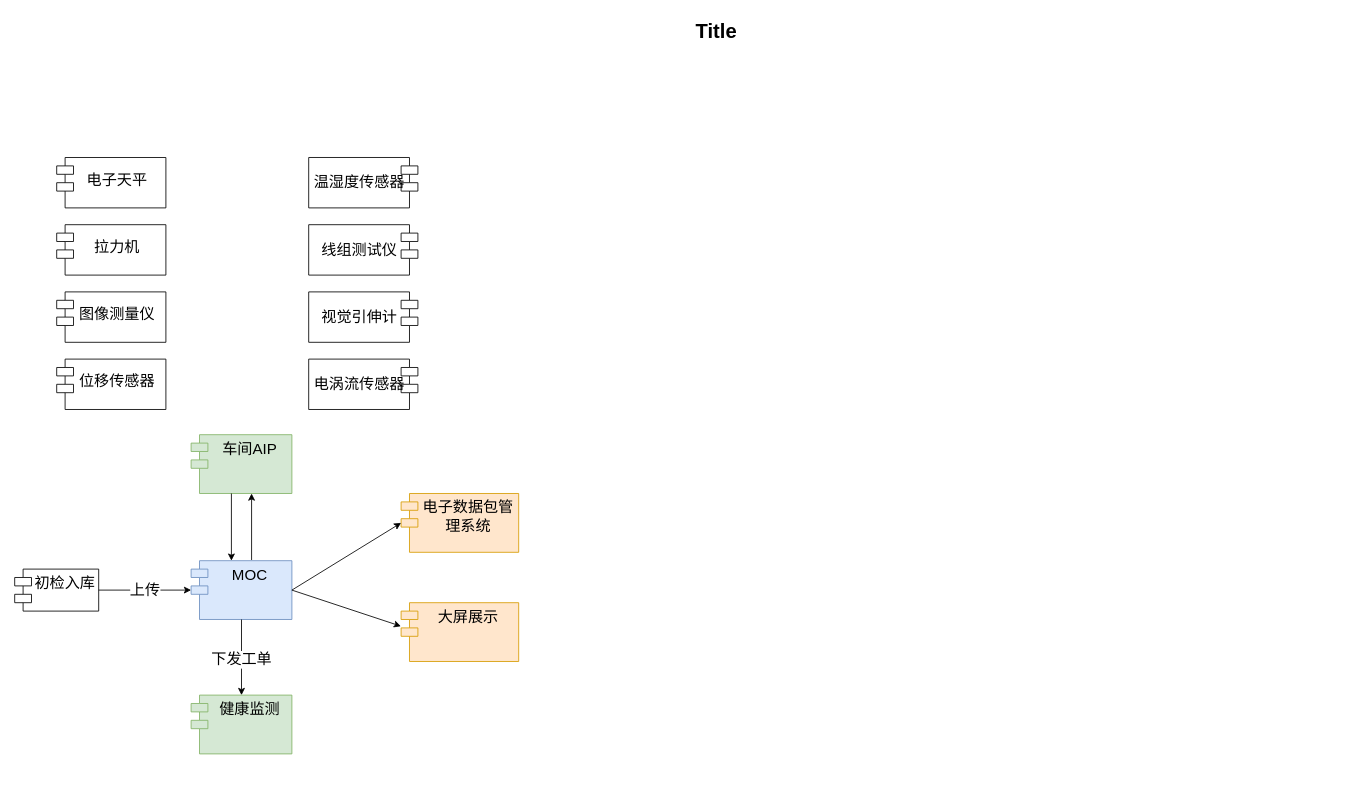
151058580845/qaintai keeps this draw.io diagram as 未命名绘图.drawio. Above is the earlier version. Source tidied: cells renumbered, new cells numbered last; positions are measured from the earlier drawing's top-left corner, leaving out a move shared by most shapes. Both pictures are drawn from the tidied source at 84%, with x=0, y=0 at pixel (14, 14).
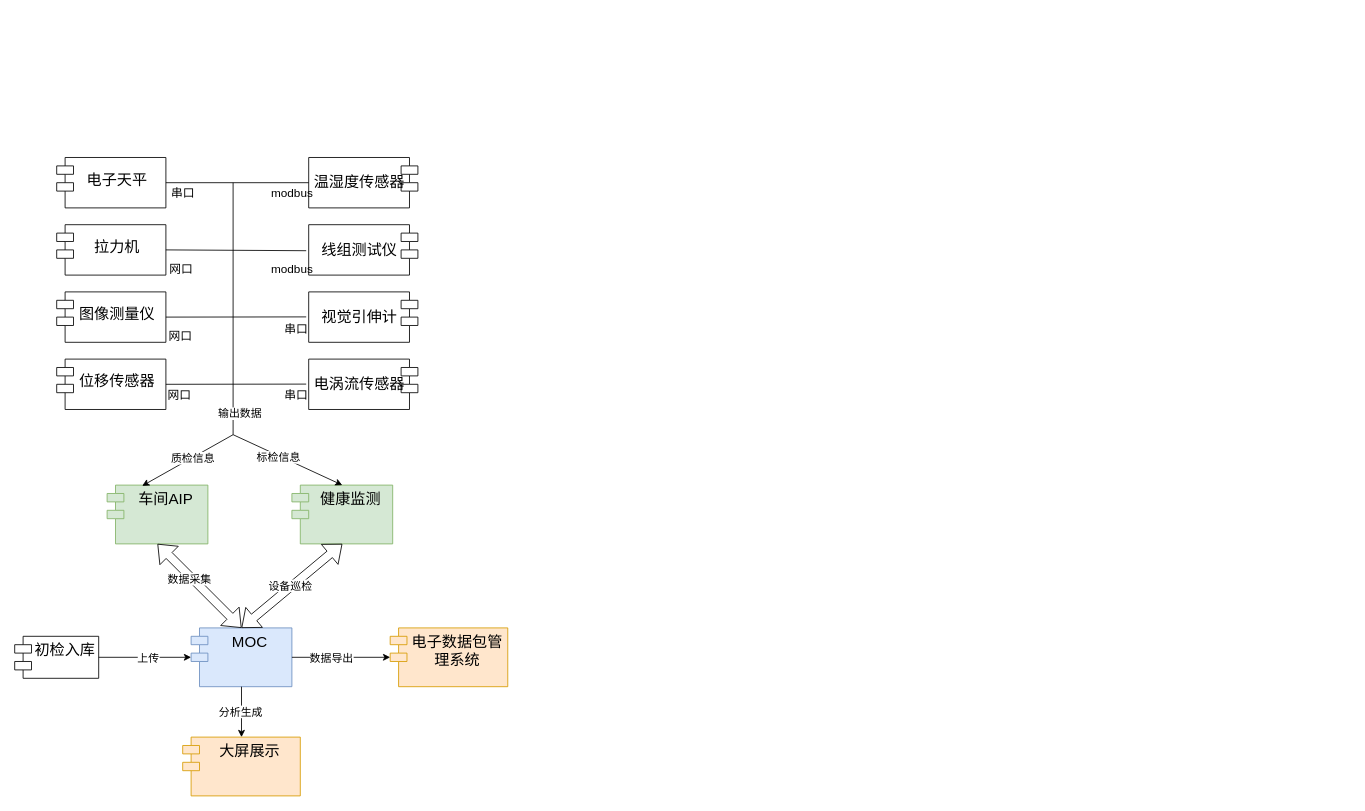
The same diagram, later.

Commit message:
更新未命名绘图.drawio

Unchanged cells that the change refers to:
```xml
<mxCell id="7" style="endArrow=classic;html=1;rounded=0;exitX=1;exitY=0.5;exitDx=0;exitDy=0;entryX=0;entryY=0;entryDx=0;entryDy=35;entryPerimeter=0;fontSize=18;" parent="1" edge="1" source="3" target="6">
  <mxGeometry relative="1" as="geometry" />
</mxCell>
<mxCell id="16" value="电子天平" style="shape=module;align=center;spacingLeft=14;align=center;verticalAlign=top;whiteSpace=wrap;fontSize=18;spacingTop=-1;html=1;horizontal=1;spacing=13;" parent="1" vertex="1">
  <mxGeometry x="50" y="170" width="130" height="60" as="geometry" />
</mxCell>
<mxCell id="17" value="拉力机" style="shape=module;align=center;spacingLeft=14;align=center;verticalAlign=top;whiteSpace=wrap;fontSize=18;spacingTop=-1;html=1;horizontal=1;spacing=13;" parent="1" vertex="1">
  <mxGeometry x="50" y="250" width="130" height="60" as="geometry" />
</mxCell>
<mxCell id="18" value="图像测量仪" style="shape=module;align=center;spacingLeft=14;align=center;verticalAlign=top;whiteSpace=wrap;fontSize=18;spacingTop=-1;html=1;horizontal=1;spacing=13;" parent="1" vertex="1">
  <mxGeometry x="50" y="330" width="130" height="60" as="geometry" />
</mxCell>
<mxCell id="19" value="位移传感器" style="shape=module;align=center;spacingLeft=14;align=center;verticalAlign=top;whiteSpace=wrap;fontSize=18;spacingTop=-1;html=1;horizontal=1;spacing=13;" parent="1" vertex="1">
  <mxGeometry x="50" y="410" width="130" height="60" as="geometry" />
</mxCell>
<mxCell id="20" value="温湿度传感器" style="shape=module;align=left;spacingLeft=-9;align=center;verticalAlign=middle;whiteSpace=wrap;html=1;fontSize=18;direction=east;flipH=1;textDirection=rtl;labelPosition=center;verticalLabelPosition=middle;labelBackgroundColor=none;labelBorderColor=none;" parent="1" vertex="1">
  <mxGeometry x="350" y="170" width="130" height="60" as="geometry" />
</mxCell>
<mxCell id="21" value="线组测试仪" style="shape=module;align=left;spacingLeft=-9;align=center;verticalAlign=middle;whiteSpace=wrap;html=1;fontSize=18;direction=east;flipH=1;textDirection=rtl;labelPosition=center;verticalLabelPosition=middle;labelBackgroundColor=none;labelBorderColor=none;" parent="1" vertex="1">
  <mxGeometry x="350" y="250" width="130" height="60" as="geometry" />
</mxCell>
<mxCell id="22" value="视觉引伸计" style="shape=module;align=left;spacingLeft=-9;align=center;verticalAlign=middle;whiteSpace=wrap;html=1;fontSize=18;direction=east;flipH=1;textDirection=rtl;labelPosition=center;verticalLabelPosition=middle;labelBackgroundColor=none;labelBorderColor=none;" parent="1" vertex="1">
  <mxGeometry x="350" y="330" width="130" height="60" as="geometry" />
</mxCell>
<mxCell id="23" value="电涡流传感器" style="shape=module;align=left;spacingLeft=-9;align=center;verticalAlign=middle;whiteSpace=wrap;html=1;fontSize=18;direction=east;flipH=1;textDirection=rtl;labelPosition=center;verticalLabelPosition=middle;labelBackgroundColor=none;labelBorderColor=none;" parent="1" vertex="1">
  <mxGeometry x="350" y="410" width="130" height="60" as="geometry" />
</mxCell>
```

Diff of the diagram source:
```diff
@@
-    <mxCell id="2" value="Title" style="text;strokeColor=none;fillColor=none;html=1;fontSize=24;fontStyle=1;verticalAlign=middle;align=center;" parent="1" vertex="1">
-      <mxGeometry x="80" width="1510" height="40" as="geometry" />
-    </mxCell>
     <mxCell id="3" value="MOC" style="shape=module;align=left;spacingLeft=20;align=center;verticalAlign=top;whiteSpace=wrap;html=1;fillColor=#dae8fc;strokeColor=#6c8ebf;fontSize=18;" parent="1" vertex="1">
-      <mxGeometry x="210" y="650" width="120" height="70" as="geometry" />
+      <mxGeometry x="210" y="730" width="120" height="70" as="geometry" />
     </mxCell>
     <mxCell id="4" value="初检入库&lt;br style=&quot;font-size: 18px;&quot;&gt;" style="shape=module;align=left;spacingLeft=20;align=center;verticalAlign=top;whiteSpace=wrap;html=1;fontSize=18;" parent="1" vertex="1">
-      <mxGeometry y="660" width="100" height="50" as="geometry" />
+      <mxGeometry y="740" width="100" height="50" as="geometry" />
     </mxCell>
-    <mxCell id="5" value="上传" style="endArrow=classic;html=1;rounded=0;exitX=1;exitY=0.5;exitDx=0;exitDy=0;fontSize=18;" parent="1" edge="1" source="4" target="3">
-      <mxGeometry relative="1" as="geometry" />
+    <mxCell id="5" style="endArrow=classic;html=1;rounded=0;exitX=1;exitY=0.5;exitDx=0;exitDy=0;fontSize=13;" parent="1" edge="1" source="4" target="3">
+      <mxGeometry x="0.01" relative="1" as="geometry" />
     </mxCell>
+    <mxCell id="24" value="上传" style="edgeLabel;html=1;align=center;verticalAlign=middle;fontSize=13;" parent="5" vertex="1">
+      <mxGeometry x="0.04" relative="1" as="geometry">
+        <mxPoint x="1" as="offset" />
+      </mxGeometry>
+    </mxCell>
     <mxCell id="6" value="电子数据包管理系统" style="shape=module;align=left;spacingLeft=20;align=center;verticalAlign=top;whiteSpace=wrap;html=1;fillColor=#ffe6cc;strokeColor=#d79b00;fontSize=18;" parent="1" vertex="1">
-      <mxGeometry x="460" y="570" width="140" height="70" as="geometry" />
+      <mxGeometry x="447" y="730" width="140" height="70" as="geometry" />
     </mxCell>
@@
+    <mxCell id="25" value="数据导出" style="edgeLabel;html=1;align=center;verticalAlign=middle;fontSize=13;" parent="7" vertex="1">
+      <mxGeometry x="-0.22" relative="1" as="geometry" />
+    </mxCell>
     <mxCell id="8" value="健康监测" style="shape=module;align=left;spacingLeft=20;align=center;verticalAlign=top;whiteSpace=wrap;html=1;fillColor=#d5e8d4;strokeColor=#82b366;fontSize=18;" parent="1" vertex="1">
-      <mxGeometry x="210" y="810" width="120" height="70" as="geometry" />
+      <mxGeometry x="330" y="560" width="120" height="70" as="geometry" />
     </mxCell>
-    <mxCell id="9" style="endArrow=classic;html=1;rounded=0;exitX=0.5;exitY=1;exitDx=0;exitDy=0;entryX=0.5;entryY=0;entryDx=0;entryDy=0;fontSize=18;" parent="1" edge="1" source="3" target="8">
-      <mxGeometry relative="1" as="geometry" />
-    </mxCell>
-    <mxCell id="10" value="下发工单" style="edgeLabel;html=1;align=center;verticalAlign=middle;fontSize=18;" parent="9" vertex="1">
-      <mxGeometry x="0.05" y="-1" relative="1" as="geometry" />
-    </mxCell>
     <mxCell id="11" value="车间AIP" style="shape=module;align=left;spacingLeft=20;align=center;verticalAlign=top;whiteSpace=wrap;html=1;fillColor=#d5e8d4;strokeColor=#82b366;fontSize=18;" parent="1" vertex="1">
-      <mxGeometry x="210" y="500" width="120" height="70" as="geometry" />
+      <mxGeometry x="110" y="560" width="120" height="70" as="geometry" />
     </mxCell>
-    <mxCell id="12" style="endArrow=classic;html=1;rounded=0;exitX=0.6;exitY=-0.012;exitDx=0;exitDy=0;exitPerimeter=0;entryX=0.6;entryY=1;entryDx=0;entryDy=0;" parent="1" edge="1" source="3" target="11">
-      <mxGeometry relative="1" as="geometry" />
-    </mxCell>
-    <mxCell id="13" style="endArrow=classic;html=1;rounded=0;exitX=0.4;exitY=1;exitDx=0;exitDy=0;entryX=0.4;entryY=0;entryDx=0;entryDy=0;" parent="1" edge="1" source="11" target="3">
-      <mxGeometry relative="1" as="geometry" />
-    </mxCell>
     <mxCell id="14" value="大屏展示" style="shape=module;align=left;spacingLeft=20;align=center;verticalAlign=top;whiteSpace=wrap;html=1;fillColor=#ffe6cc;strokeColor=#d79b00;fontSize=18;" parent="1" vertex="1">
-      <mxGeometry x="460" y="700" width="140" height="70" as="geometry" />
+      <mxGeometry x="200" y="860" width="140" height="70" as="geometry" />
     </mxCell>
-    <mxCell id="15" style="endArrow=classic;html=1;rounded=0;exitX=1;exitY=0.5;exitDx=0;exitDy=0;entryX=-0.001;entryY=0.4;entryDx=0;entryDy=0;entryPerimeter=0;" parent="1" edge="1" source="3" target="14">
+    <mxCell id="15" style="endArrow=classic;html=1;rounded=0;exitX=0.5;exitY=1;exitDx=0;exitDy=0;entryX=0.5;entryY=0;entryDx=0;entryDy=0;" parent="1" edge="1" source="3" target="14">
       <mxGeometry relative="1" as="geometry" />
     </mxCell>
+    <mxCell id="26" value="分析生成" style="edgeLabel;html=1;align=center;verticalAlign=middle;fontSize=13;" parent="15" vertex="1">
+      <mxGeometry x="-0.05" y="-2" relative="1" as="geometry" />
+    </mxCell>
@@
+    <mxCell id="12" style="shape=flexArrow;endArrow=classic;startArrow=classic;html=1;rounded=0;exitX=0.5;exitY=0;exitDx=0;exitDy=0;entryX=0.5;entryY=1;entryDx=0;entryDy=0;" parent="1" edge="1" source="3" target="11">
+      <mxGeometry relative="1" as="geometry" />
+    </mxCell>
+    <mxCell id="27" value="数据采集" style="edgeLabel;html=1;align=center;verticalAlign=middle;fontSize=13;" parent="12" vertex="1">
+      <mxGeometry x="0.2" y="2" relative="1" as="geometry">
+        <mxPoint x="-1" as="offset" />
+      </mxGeometry>
+    </mxCell>
+    <mxCell id="9" style="shape=flexArrow;endArrow=classic;startArrow=classic;html=1;rounded=0;exitX=0.5;exitY=0;exitDx=0;exitDy=0;entryX=0.5;entryY=1;entryDx=0;entryDy=0;" parent="1" edge="1" source="3" target="8">
+      <mxGeometry relative="1" as="geometry" />
+    </mxCell>
+    <mxCell id="28" value="设备巡检" style="edgeLabel;html=1;align=center;verticalAlign=middle;fontSize=13;" parent="9" vertex="1">
+      <mxGeometry x="-0.03" y="2" relative="1" as="geometry" />
+    </mxCell>
+    <mxCell id="29" style="endArrow=none;html=1;rounded=0;exitX=1;exitY=0.5;exitDx=0;exitDy=0;entryX=1.023;entryY=0.516;entryDx=0;entryDy=0;entryPerimeter=0;" parent="1" edge="1" source="17" target="21">
+      <mxGeometry relative="1" as="geometry" />
+    </mxCell>
+    <mxCell id="30" style="endArrow=none;html=1;rounded=0;exitX=1;exitY=0.5;exitDx=0;exitDy=0;" parent="1" edge="1" source="16" target="20">
+      <mxGeometry relative="1" as="geometry" />
+    </mxCell>
+    <mxCell id="31" style="endArrow=none;html=1;rounded=0;exitX=1;exitY=0.5;exitDx=0;exitDy=0;entryX=1.023;entryY=0.496;entryDx=0;entryDy=0;entryPerimeter=0;" parent="1" edge="1" source="19" target="23">
+      <mxGeometry relative="1" as="geometry" />
+    </mxCell>
+    <mxCell id="32" style="endArrow=none;html=1;rounded=0;exitX=1;exitY=0.5;exitDx=0;exitDy=0;entryX=1.023;entryY=0.496;entryDx=0;entryDy=0;entryPerimeter=0;" parent="1" edge="1" source="18" target="22">
+      <mxGeometry relative="1" as="geometry" />
+    </mxCell>
+    <mxCell id="33" value="串口" style="text;html=1;align=center;verticalAlign=middle;strokeColor=none;fillColor=none;fontSize=14;" parent="1" vertex="1">
+      <mxGeometry x="175" y="198" width="50" height="30" as="geometry" />
+    </mxCell>
+    <mxCell id="34" value="modbus" style="text;html=1;align=center;verticalAlign=middle;strokeColor=none;fillColor=none;fontSize=14;" parent="1" vertex="1">
+      <mxGeometry x="295" y="198" width="70" height="30" as="geometry" />
+    </mxCell>
+    <mxCell id="35" value="网口" style="text;html=1;align=center;verticalAlign=middle;strokeColor=none;fillColor=none;fontSize=14;" parent="1" vertex="1">
+      <mxGeometry x="173" y="288" width="50" height="30" as="geometry" />
+    </mxCell>
+    <mxCell id="36" value="modbus" style="text;html=1;align=center;verticalAlign=middle;strokeColor=none;fillColor=none;fontSize=14;" parent="1" vertex="1">
+      <mxGeometry x="295" y="288" width="70" height="30" as="geometry" />
+    </mxCell>
+    <mxCell id="37" value="网口" style="text;html=1;align=center;verticalAlign=middle;strokeColor=none;fillColor=none;fontSize=14;" parent="1" vertex="1">
+      <mxGeometry x="172" y="368" width="50" height="30" as="geometry" />
+    </mxCell>
+    <mxCell id="38" value="串口" style="text;html=1;align=center;verticalAlign=middle;strokeColor=none;fillColor=none;fontSize=14;" parent="1" vertex="1">
+      <mxGeometry x="310" y="438" width="50" height="30" as="geometry" />
+    </mxCell>
+    <mxCell id="39" value="网口" style="text;html=1;align=center;verticalAlign=middle;strokeColor=none;fillColor=none;fontSize=14;" parent="1" vertex="1">
+      <mxGeometry x="171" y="438" width="50" height="30" as="geometry" />
+    </mxCell>
+    <mxCell id="40" value="串口" style="text;html=1;align=center;verticalAlign=middle;strokeColor=none;fillColor=none;fontSize=14;" parent="1" vertex="1">
+      <mxGeometry x="310" y="360" width="50" height="30" as="geometry" />
+    </mxCell>
+    <mxCell id="41" style="endArrow=classic;html=1;rounded=0;entryX=0.348;entryY=0.013;entryDx=0;entryDy=0;entryPerimeter=0;" parent="1" edge="1" target="11">
+      <mxGeometry relative="1" as="geometry">
+        <mxPoint x="260" y="200" as="sourcePoint" />
+        <Array as="points">
+          <mxPoint x="260" y="500" />
+        </Array>
+      </mxGeometry>
+    </mxCell>
+    <mxCell id="42" value="输出数据" style="edgeLabel;html=1;align=center;verticalAlign=middle;fontSize=13;" parent="41" vertex="1">
+      <mxGeometry x="0.62" y="2" relative="1" as="geometry">
+        <mxPoint x="45" y="-49" as="offset" />
+      </mxGeometry>
+    </mxCell>
+    <mxCell id="43" value="质检信息" style="edgeLabel;html=1;align=center;verticalAlign=middle;fontSize=13;" parent="41" vertex="1">
+      <mxGeometry x="0.68" relative="1" as="geometry" />
+    </mxCell>
+    <mxCell id="44" style="endArrow=classic;html=1;rounded=0;entryX=0.5;entryY=0;entryDx=0;entryDy=0;" parent="1" edge="1" target="8">
+      <mxGeometry relative="1" as="geometry">
+        <mxPoint x="260" y="500" as="sourcePoint" />
+      </mxGeometry>
+    </mxCell>
+    <mxCell id="45" value="标检信息" style="edgeLabel;html=1;align=center;verticalAlign=middle;fontSize=13;" parent="44" vertex="1">
+      <mxGeometry x="-0.16" y="-2" relative="1" as="geometry" />
+    </mxCell>
```
